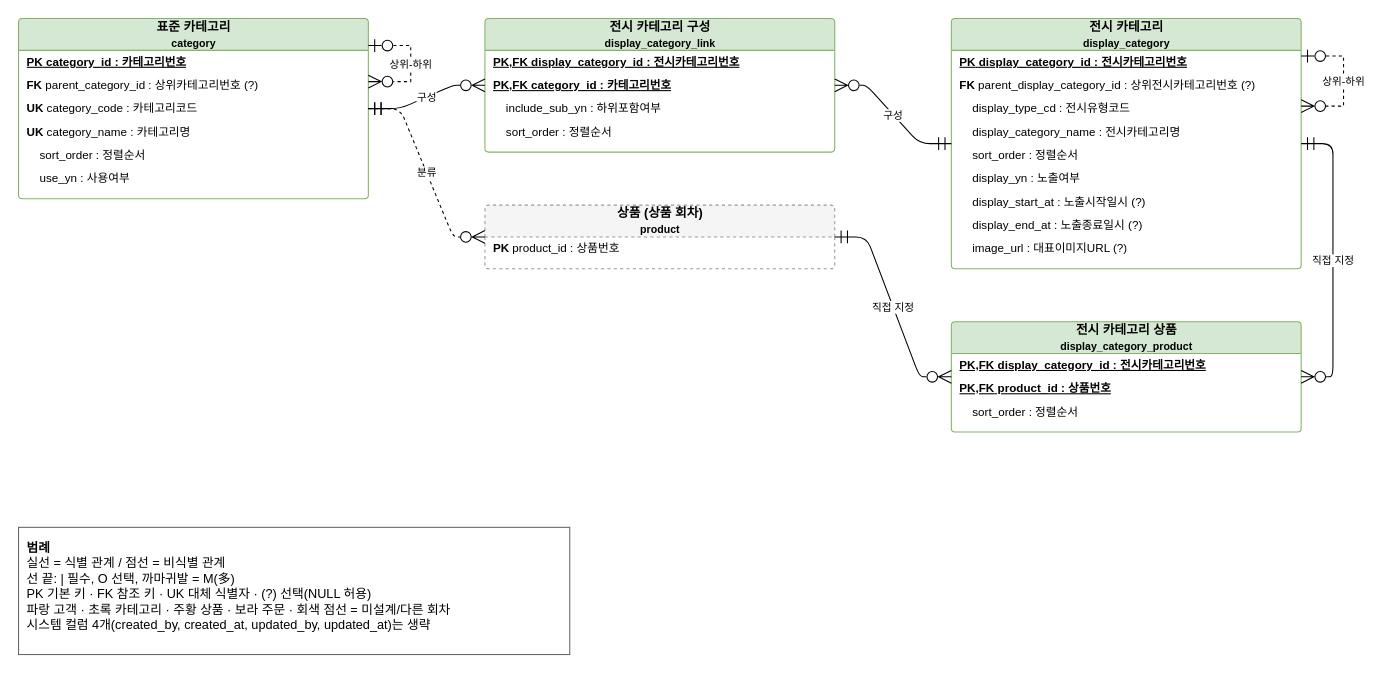
The draw.io diagram page "카테고리" (3 of 6) of modeling/erd/erd_전체.drawio in ymink716/shoppingmall, before the edit. Source tidied: cells renumbered, new cells numbered last; positions are measured from the earlier drawing's top-left corner, leaving out a move shared by most shapes. Both pictures are drawn from the tidied source at 106%, with x=0, y=0 at pixel (18, 18).
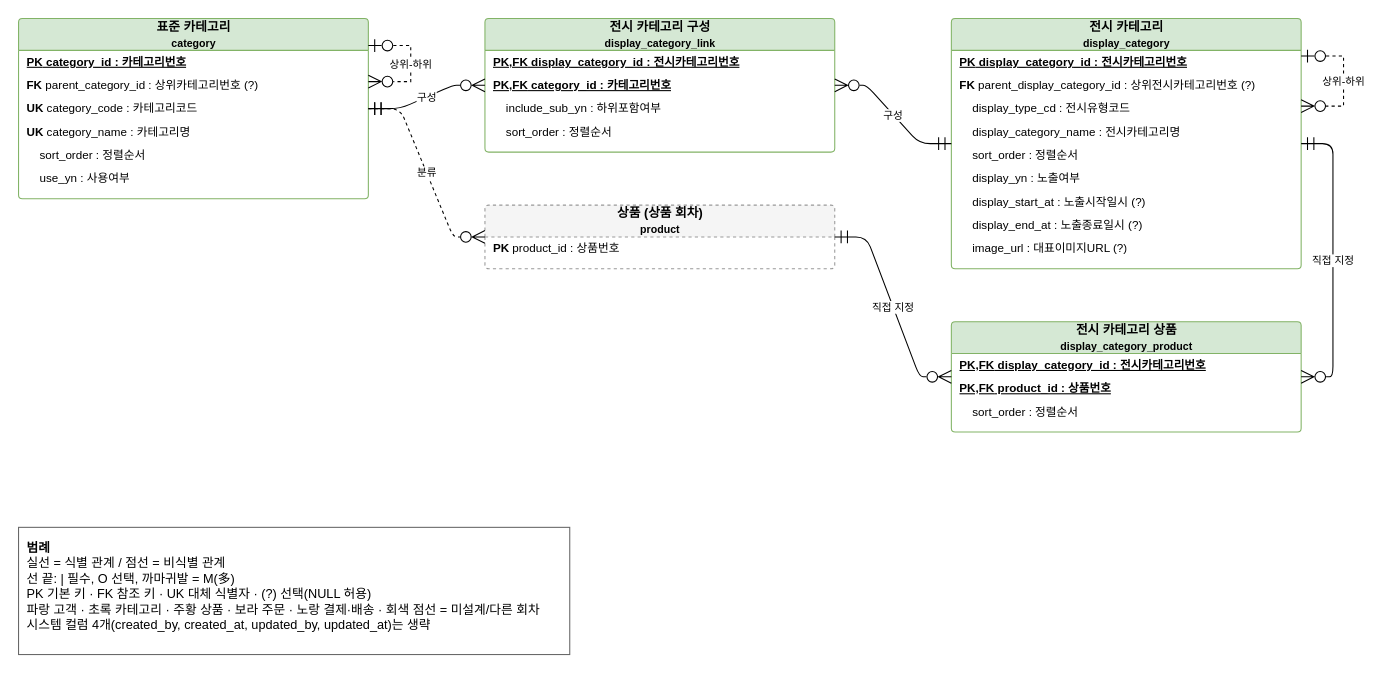
The same diagram, later.

Change to the diagram source:
```diff
@@
-    <mxCell id="37" value="&lt;b&gt;범례&lt;/b&gt;&lt;br&gt;실선 = 식별 관계 / 점선 = 비식별 관계&lt;br&gt;선 끝: | 필수, O 선택, 까마귀발 = M(多)&lt;br&gt;PK 기본 키 · FK 참조 키 · UK 대체 식별자 · (?) 선택(NULL 허용)&lt;br&gt;파랑 고객 · 초록 카테고리 · 주황 상품 · 보라 주문 · 회색 점선 = 미설계/다른 회차&lt;br&gt;시스템 컬럼 4개(created_by, created_at, updated_by, updated_at)는 생략" style="text;html=1;align=left;verticalAlign=top;spacing=8;fillColor=#ffffff;strokeColor=#666666;fontSize=12;" parent="1" vertex="1">
+    <mxCell id="37" value="&lt;b&gt;범례&lt;/b&gt;&lt;br&gt;실선 = 식별 관계 / 점선 = 비식별 관계&lt;br&gt;선 끝: | 필수, O 선택, 까마귀발 = M(多)&lt;br&gt;PK 기본 키 · FK 참조 키 · UK 대체 식별자 · (?) 선택(NULL 허용)&lt;br&gt;파랑 고객 · 초록 카테고리 · 주황 상품 · 보라 주문 · 노랑 결제·배송 · 회색 점선 = 미설계/다른 회차&lt;br&gt;시스템 컬럼 4개(created_by, created_at, updated_by, updated_at)는 생략" style="text;html=1;align=left;verticalAlign=top;spacing=8;fillColor=#ffffff;strokeColor=#666666;fontSize=12;" parent="1" vertex="1">
       <mxGeometry y="480" width="520" height="120" as="geometry" />
     </mxCell>
```
